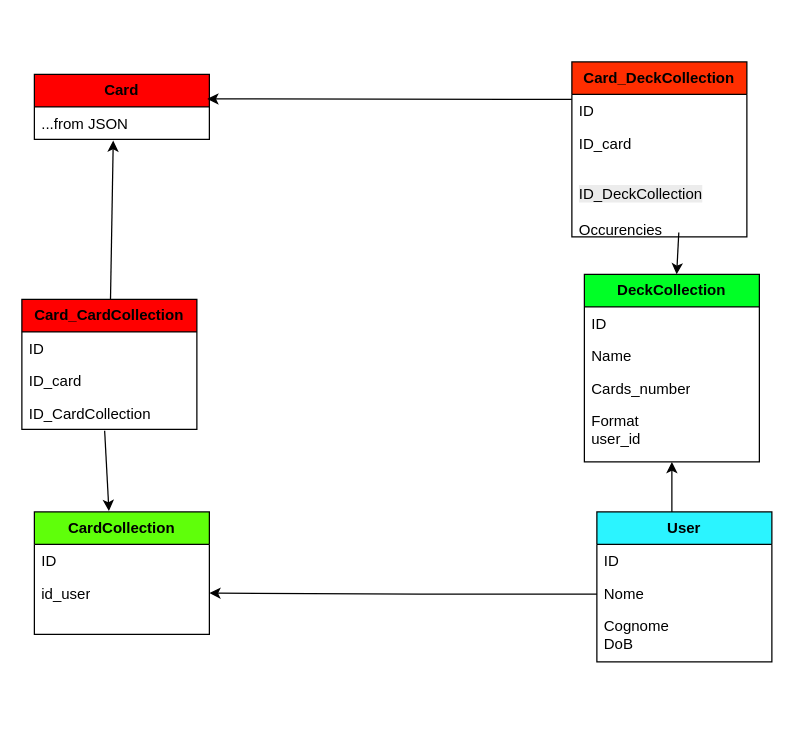
Earlier version of the draw.io diagram Risorse/database_TCG_finder.drawio (zen-leaf/Urzas-Oracle). Source tidied: cells renumbered, new cells numbered last; positions are measured from the earlier drawing's top-left corner, leaving out a move shared by most shapes. Both pictures are drawn from the tidied source at 125%, with x=0, y=0 at pixel (21, 61).
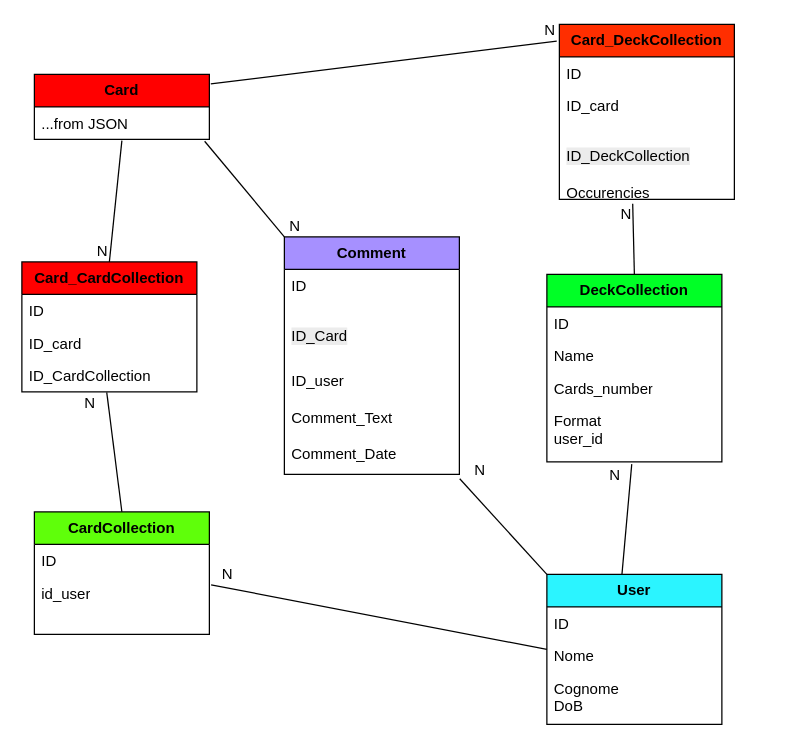
The same page after the edit.

Unchanged cells that the change refers to:
```xml
<mxCell id="2" value="&lt;b&gt;Card&lt;/b&gt;" style="swimlane;fontStyle=0;horizontal=1;startSize=26;fillColor=#FF0000;whiteSpace=wrap;html=1;" parent="1" vertex="1">
  <mxGeometry x="10" y="10" width="140" height="52" as="geometry" />
</mxCell>
<mxCell id="3" value="...from JSON" style="text;strokeColor=none;fillColor=none;align=left;verticalAlign=top;spacingLeft=4;spacingRight=4;overflow=hidden;points=[[0,0.5],[1,0.5]];portConstraint=eastwest;whiteSpace=wrap;html=1;" parent="2" vertex="1">
  <mxGeometry y="26" width="140" height="26" as="geometry" />
</mxCell>
<mxCell id="4" value="&lt;b&gt;CardCollection&lt;/b&gt;" style="swimlane;fontStyle=0;horizontal=1;startSize=26;fillColor=#5FFF0A;whiteSpace=wrap;html=1;" parent="1" vertex="1">
  <mxGeometry x="10" y="360" width="140" height="98" as="geometry" />
</mxCell>
<mxCell id="6" value="id_user" style="text;strokeColor=none;fillColor=none;align=left;verticalAlign=top;spacingLeft=4;spacingRight=4;overflow=hidden;points=[[0,0.5],[1,0.5]];portConstraint=eastwest;whiteSpace=wrap;html=1;" parent="4" vertex="1">
  <mxGeometry y="52" width="140" height="46" as="geometry" />
</mxCell>
<mxCell id="11" value="Format&lt;div&gt;user_id&lt;/div&gt;" style="text;strokeColor=none;fillColor=none;align=left;verticalAlign=top;spacingLeft=4;spacingRight=4;overflow=hidden;points=[[0,0.5],[1,0.5]];portConstraint=eastwest;whiteSpace=wrap;html=1;" parent="7" vertex="1">
  <mxGeometry y="104" width="140" height="46" as="geometry" />
</mxCell>
<mxCell id="15" value="ID_CardCollection" style="text;strokeColor=none;fillColor=none;align=left;verticalAlign=top;spacingLeft=4;spacingRight=4;overflow=hidden;points=[[0,0.5],[1,0.5]];portConstraint=eastwest;whiteSpace=wrap;html=1;" parent="12" vertex="1">
  <mxGeometry y="78" width="140" height="26" as="geometry" />
</mxCell>
<mxCell id="18" value="ID" style="text;strokeColor=none;fillColor=none;align=left;verticalAlign=top;spacingLeft=4;spacingRight=4;overflow=hidden;points=[[0,0.5],[1,0.5]];portConstraint=eastwest;whiteSpace=wrap;html=1;" parent="17" vertex="1">
  <mxGeometry y="26" width="140" height="26" as="geometry" />
</mxCell>
<mxCell id="20" value="&lt;br&gt;&lt;span style=&quot;color: rgb(0, 0, 0); font-family: Helvetica; font-size: 12px; font-style: normal; font-variant-ligatures: normal; font-variant-caps: normal; font-weight: 400; letter-spacing: normal; orphans: 2; text-align: left; text-indent: 0px; text-transform: none; widows: 2; word-spacing: 0px; -webkit-text-stroke-width: 0px; white-space: normal; background-color: rgb(236, 236, 236); text-decoration-thickness: initial; text-decoration-style: initial; text-decoration-color: initial; float: none; display: inline !important;&quot;&gt;ID_DeckCollection&lt;/span&gt;&lt;br&gt;&lt;br&gt;&lt;div&gt;Occurencies&lt;/div&gt;" style="text;strokeColor=none;fillColor=none;align=left;verticalAlign=top;spacingLeft=4;spacingRight=4;overflow=hidden;points=[[0,0.5],[1,0.5]];portConstraint=eastwest;whiteSpace=wrap;html=1;" parent="17" vertex="1">
  <mxGeometry y="78" width="140" height="62" as="geometry" />
</mxCell>
<mxCell id="26" value="Nome" style="text;strokeColor=none;fillColor=none;align=left;verticalAlign=top;spacingLeft=4;spacingRight=4;overflow=hidden;points=[[0,0.5],[1,0.5]];portConstraint=eastwest;whiteSpace=wrap;html=1;" parent="24" vertex="1">
  <mxGeometry y="52" width="140" height="26" as="geometry" />
</mxCell>
```

The edit, as a diff of the source:
```diff
@@
     <mxCell id="7" value="&lt;b&gt;DeckCollection&lt;/b&gt;" style="swimlane;fontStyle=0;horizontal=1;startSize=26;fillColor=#00FF26;whiteSpace=wrap;html=1;" parent="1" vertex="1">
-      <mxGeometry x="450" y="170" width="140" height="150" as="geometry" />
+      <mxGeometry x="420" y="170" width="140" height="150" as="geometry" />
     </mxCell>
@@
     <mxCell id="12" value="&lt;b&gt;Card_CardCollection&lt;/b&gt;" style="swimlane;fontStyle=0;horizontal=1;startSize=26;fillColor=#FF0000;whiteSpace=wrap;html=1;" parent="1" vertex="1">
-      <mxGeometry y="190" width="140" height="104" as="geometry" />
+      <mxGeometry y="160" width="140" height="104" as="geometry" />
     </mxCell>
@@
-    <mxCell id="16" style="endArrow=classic;html=1;rounded=0;entryX=0.522;entryY=0.989;entryDx=0;entryDy=0;entryPerimeter=0;" parent="1" edge="1" source="12">
-      <mxGeometry relative="1" as="geometry">
-        <mxPoint x="73.1" y="62.9" as="targetPoint" />
-      </mxGeometry>
-    </mxCell>
     <mxCell id="17" value="&lt;b&gt;Card_DeckCollection&lt;/b&gt;" style="swimlane;fontStyle=0;horizontal=1;startSize=26;fillColor=#FF2E00;whiteSpace=wrap;html=1;" parent="1" vertex="1">
-      <mxGeometry x="440" width="140" height="140" as="geometry" />
+      <mxGeometry x="430" y="-30" width="140" height="140" as="geometry" />
     </mxCell>
@@
-    <mxCell id="21" style="endArrow=classic;html=1;rounded=0;entryX=0.426;entryY=-0.007;entryDx=0;entryDy=0;entryPerimeter=0;exitX=0.473;exitY=1.042;exitDx=0;exitDy=0;exitPerimeter=0;" parent="1" edge="1" source="15" target="4">
-      <mxGeometry relative="1" as="geometry" />
-    </mxCell>
-    <mxCell id="22" style="endArrow=classic;html=1;rounded=0;entryX=0.988;entryY=0.377;entryDx=0;entryDy=0;exitX=0;exitY=0.154;exitDx=0;exitDy=0;exitPerimeter=0;entryPerimeter=0;" parent="1" edge="1" source="18" target="2">
-      <mxGeometry relative="1" as="geometry" />
-    </mxCell>
-    <mxCell id="23" style="edgeStyle=orthogonalEdgeStyle;rounded=0;jettySize=auto;html=1;" parent="1" edge="1" source="24" target="11">
-      <mxGeometry relative="1" as="geometry">
-        <Array as="points">
-          <mxPoint x="520" y="340" />
-          <mxPoint x="520" y="340" />
-        </Array>
-      </mxGeometry>
-    </mxCell>
     <mxCell id="24" value="&lt;b&gt;User&lt;/b&gt;" style="swimlane;fontStyle=0;horizontal=1;startSize=26;fillColor=#2BF4FF;whiteSpace=wrap;html=1;" parent="1" vertex="1">
-      <mxGeometry x="460" y="360" width="140" height="120" as="geometry" />
+      <mxGeometry x="420" y="410" width="140" height="120" as="geometry" />
     </mxCell>
@@
-    <mxCell id="28" style="endArrow=classic;html=1;rounded=0;exitX=0.611;exitY=0.943;exitDx=0;exitDy=0;exitPerimeter=0;" parent="1" edge="1" source="20" target="7">
-      <mxGeometry relative="1" as="geometry" />
-    </mxCell>
-    <mxCell id="29" style="edgeStyle=orthogonalEdgeStyle;rounded=0;orthogonalLoop=1;jettySize=auto;html=1;exitX=-0.011;exitY=1.127;exitDx=0;exitDy=0;exitPerimeter=0;entryX=1;entryY=0.5;entryDx=0;entryDy=0;" parent="1" edge="1">
-      <mxGeometry relative="1" as="geometry">
-        <mxPoint x="460" y="425.7" as="sourcePoint" />
-        <mxPoint x="150" y="425" as="targetPoint" />
-        <Array as="points">
-          <mxPoint x="319" y="426" />
-        </Array>
-      </mxGeometry>
-    </mxCell>
+    <mxCell id="30" value="&lt;b&gt;Comment&lt;/b&gt;" style="swimlane;fontStyle=0;horizontal=1;startSize=26;fillColor=#A690FF;whiteSpace=wrap;html=1;" parent="1" vertex="1">
+      <mxGeometry x="210" y="140" width="140" height="190" as="geometry" />
+    </mxCell>
+    <mxCell id="31" value="ID" style="text;strokeColor=none;fillColor=none;align=left;verticalAlign=top;spacingLeft=4;spacingRight=4;overflow=hidden;whiteSpace=wrap;html=1;" parent="30" vertex="1">
+      <mxGeometry y="26" width="140" height="26" as="geometry" />
+    </mxCell>
+    <mxCell id="32" value="&lt;br&gt;&lt;span style=&quot;color: rgb(0, 0, 0); font-family: Helvetica; font-size: 12px; font-style: normal; font-variant-ligatures: normal; font-variant-caps: normal; font-weight: 400; letter-spacing: normal; text-align: left; text-indent: 0px; text-transform: none; word-spacing: 0px; -webkit-text-stroke-width: 0px; white-space: normal; background-color: rgb(236, 236, 236); text-decoration-thickness: initial; text-decoration-style: initial; text-decoration-color: initial; float: none; display: inline !important;&quot;&gt;ID_Card&lt;/span&gt;" style="text;strokeColor=none;fillColor=none;align=left;verticalAlign=top;spacingLeft=4;spacingRight=4;overflow=hidden;whiteSpace=wrap;html=1;" parent="30" vertex="1">
+      <mxGeometry y="52" width="140" height="50" as="geometry" />
+    </mxCell>
+    <mxCell id="33" value="&lt;div&gt;ID_user&lt;/div&gt;&lt;div&gt;&lt;br&gt;&lt;/div&gt;&lt;div&gt;Comment_Text&lt;/div&gt;&lt;div&gt;&lt;br&gt;&lt;/div&gt;&lt;div&gt;Comment_Date&lt;/div&gt;&lt;div&gt;&lt;br&gt;&lt;/div&gt;" style="text;strokeColor=none;fillColor=none;align=left;verticalAlign=top;spacingLeft=4;spacingRight=4;overflow=hidden;points=[[0,0.5],[1,0.5]];portConstraint=eastwest;whiteSpace=wrap;html=1;" parent="30" vertex="1">
+      <mxGeometry y="102" width="140" height="88" as="geometry" />
+    </mxCell>
+    <mxCell id="34" style="endArrow=none;html=1;rounded=0;entryX=0.5;entryY=0;entryDx=0;entryDy=0;exitX=0.5;exitY=1.038;exitDx=0;exitDy=0;exitPerimeter=0;" parent="1" edge="1" source="3" target="12">
+      <mxGeometry relative="1" as="geometry" />
+    </mxCell>
+    <mxCell id="35" value="N" style="html=1;whiteSpace=wrap;align=right;verticalAlign=bottom;" parent="34" vertex="1">
+      <mxGeometry x="1" relative="1" as="geometry" />
+    </mxCell>
+    <mxCell id="36" style="endArrow=none;html=1;rounded=0;exitX=0.5;exitY=0;exitDx=0;exitDy=0;entryX=0.485;entryY=1.013;entryDx=0;entryDy=0;entryPerimeter=0;" parent="1" edge="1" source="4" target="15">
+      <mxGeometry relative="1" as="geometry" />
+    </mxCell>
+    <mxCell id="37" value="N" style="html=1;whiteSpace=wrap;align=right;verticalAlign=bottom;" parent="36" vertex="1">
+      <mxGeometry x="1" relative="1" as="geometry">
+        <mxPoint x="-8" y="16" as="offset" />
+      </mxGeometry>
+    </mxCell>
+    <mxCell id="38" style="endArrow=none;html=1;rounded=0;exitX=1.008;exitY=0.147;exitDx=0;exitDy=0;exitPerimeter=0;entryX=-0.015;entryY=0.096;entryDx=0;entryDy=0;entryPerimeter=0;" parent="1" edge="1" source="2" target="17">
+      <mxGeometry relative="1" as="geometry" />
+    </mxCell>
+    <mxCell id="39" value="N" style="html=1;whiteSpace=wrap;align=right;verticalAlign=bottom;" parent="38" vertex="1">
+      <mxGeometry x="1" relative="1" as="geometry" />
+    </mxCell>
+    <mxCell id="40" style="endArrow=none;html=1;rounded=0;entryX=0.419;entryY=1.056;entryDx=0;entryDy=0;exitX=0.5;exitY=0;exitDx=0;exitDy=0;entryPerimeter=0;" parent="1" edge="1" source="7" target="20">
+      <mxGeometry relative="1" as="geometry" />
+    </mxCell>
+    <mxCell id="41" value="N" style="html=1;whiteSpace=wrap;align=right;verticalAlign=bottom;" parent="40" vertex="1">
+      <mxGeometry x="1" relative="1" as="geometry">
+        <mxPoint y="17" as="offset" />
+      </mxGeometry>
+    </mxCell>
+    <mxCell id="42" style="endArrow=none;html=1;rounded=0;exitX=0;exitY=0.308;exitDx=0;exitDy=0;exitPerimeter=0;entryX=1.01;entryY=0.138;entryDx=0;entryDy=0;entryPerimeter=0;" parent="1" edge="1" source="26" target="6">
+      <mxGeometry relative="1" as="geometry" />
+    </mxCell>
+    <mxCell id="43" value="N" style="html=1;whiteSpace=wrap;align=right;verticalAlign=bottom;" parent="42" vertex="1">
+      <mxGeometry x="1" relative="1" as="geometry">
+        <mxPoint x="19" as="offset" />
+      </mxGeometry>
+    </mxCell>
+    <mxCell id="23" style="endArrow=none;html=1;rounded=0;entryX=0.485;entryY=1.04;entryDx=0;entryDy=0;entryPerimeter=0;exitX=0.429;exitY=0;exitDx=0;exitDy=0;exitPerimeter=0;" parent="1" edge="1" source="24" target="11">
+      <mxGeometry relative="1" as="geometry" />
+    </mxCell>
+    <mxCell id="44" value="N" style="html=1;whiteSpace=wrap;align=right;verticalAlign=bottom;" parent="23" vertex="1">
+      <mxGeometry x="1" relative="1" as="geometry">
+        <mxPoint x="-8" y="18" as="offset" />
+      </mxGeometry>
+    </mxCell>
+    <mxCell id="45" style="endArrow=none;html=1;rounded=0;entryX=0;entryY=0;entryDx=0;entryDy=0;exitX=0.973;exitY=1.058;exitDx=0;exitDy=0;exitPerimeter=0;" parent="1" edge="1" source="3" target="30">
+      <mxGeometry relative="1" as="geometry" />
+    </mxCell>
+    <mxCell id="46" value="N" style="html=1;whiteSpace=wrap;align=right;verticalAlign=bottom;" parent="45" vertex="1">
+      <mxGeometry x="1" relative="1" as="geometry">
+        <mxPoint x="14" as="offset" />
+      </mxGeometry>
+    </mxCell>
+    <mxCell id="47" style="endArrow=none;html=1;rounded=0;exitX=0;exitY=0;exitDx=0;exitDy=0;entryX=1.002;entryY=1.04;entryDx=0;entryDy=0;entryPerimeter=0;" parent="1" edge="1" source="24" target="33">
+      <mxGeometry relative="1" as="geometry" />
+    </mxCell>
+    <mxCell id="48" value="N" style="html=1;whiteSpace=wrap;align=right;verticalAlign=bottom;" parent="47" vertex="1">
+      <mxGeometry x="1" relative="1" as="geometry">
+        <mxPoint x="21" y="1" as="offset" />
+      </mxGeometry>
+    </mxCell>
```
